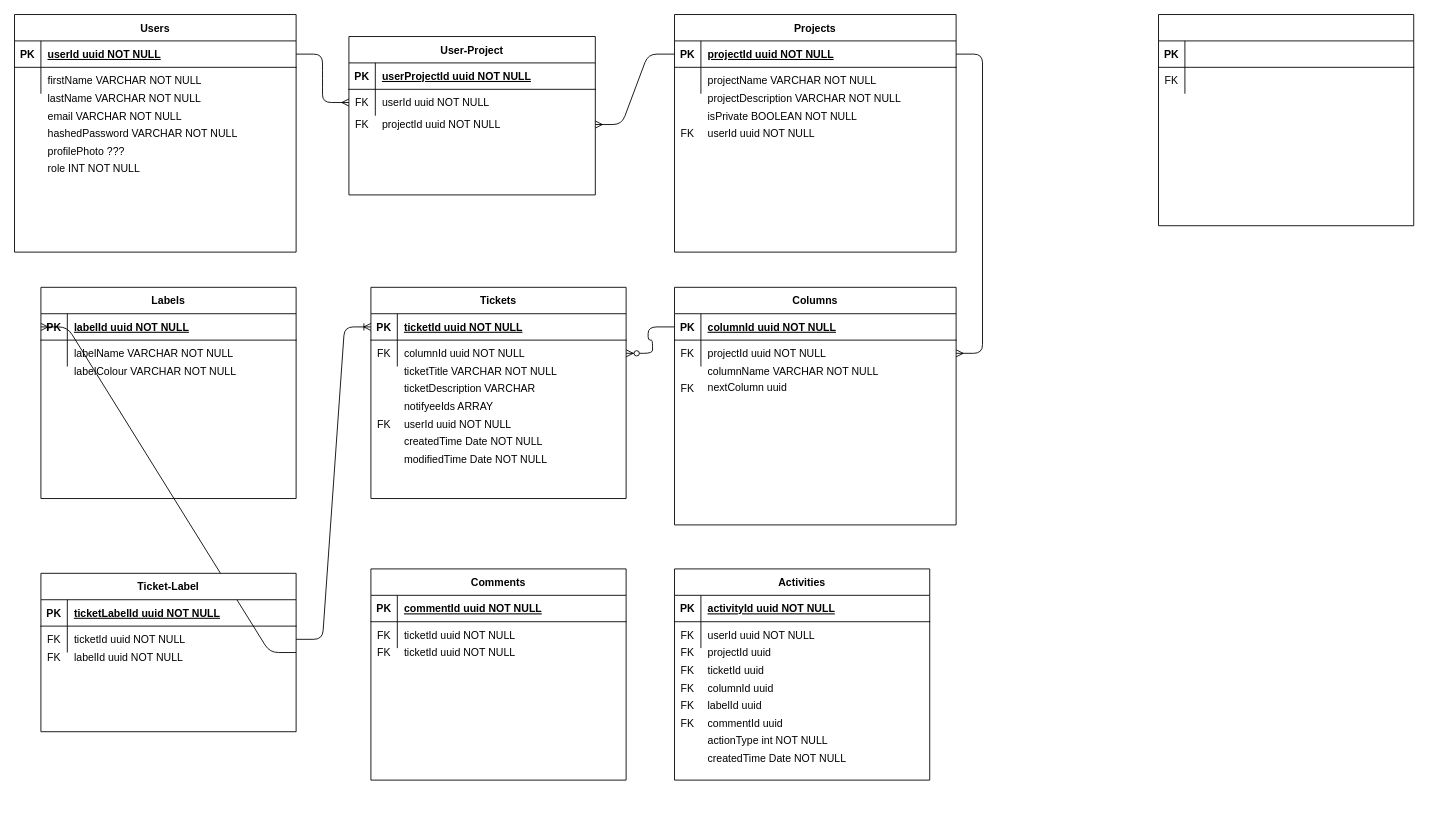
The draw.io diagram Untitled Diagram.drawio in choym0098/Jira2, before the edit. Source tidied: cells renumbered, new cells numbered last; positions are measured from the earlier drawing's top-left corner, leaving out a move shared by most shapes. Both pictures are drawn from the tidied source at 88%, with x=0, y=0 at pixel (14, 14).
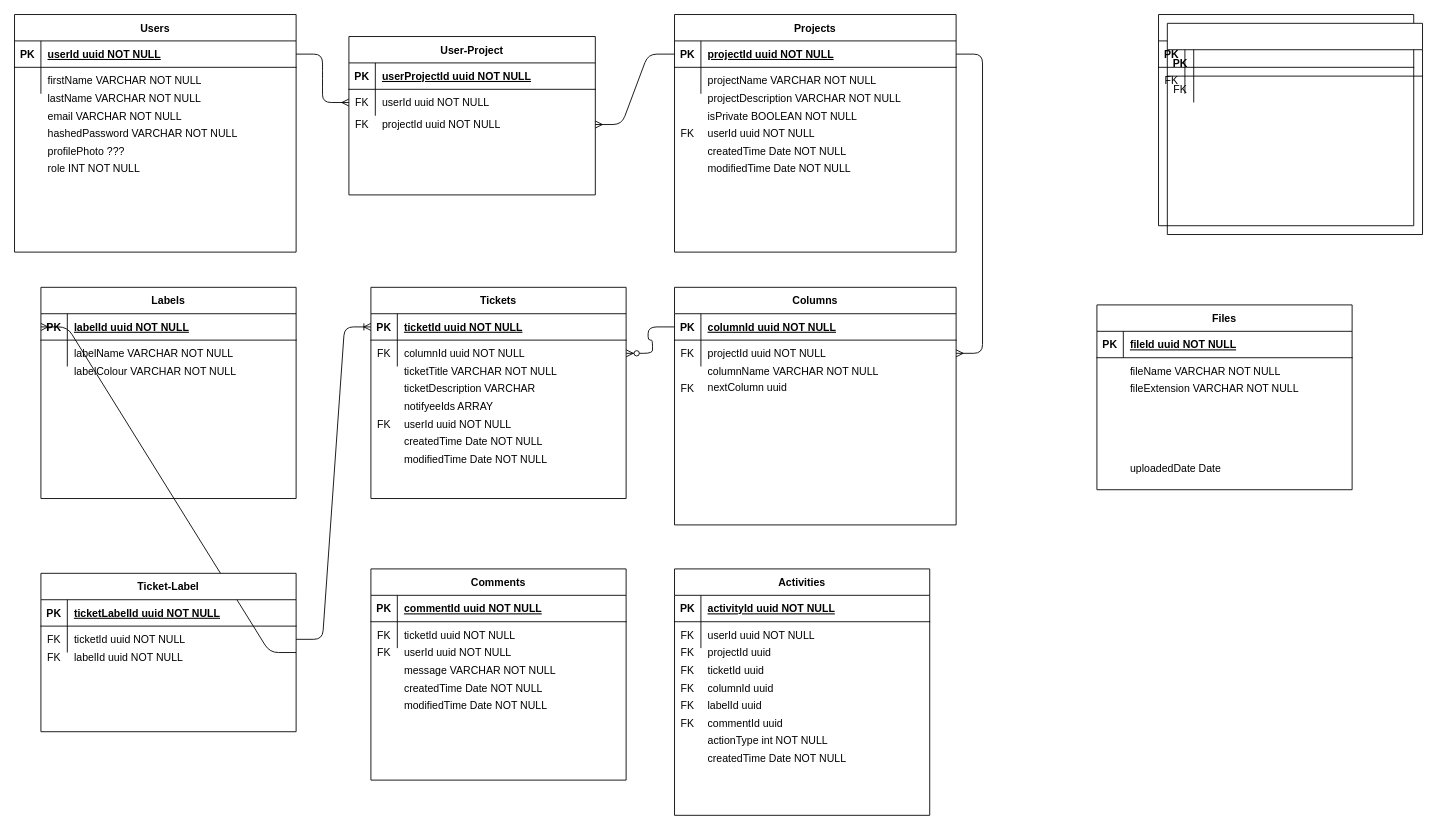
After the change.

Diff of the diagram source:
```diff
@@
     <mxCell id="100" value="Activities" style="shape=table;startSize=30;childLayout=tableLayout;rowLines=0;fontStyle=1;align=center;" parent="1" vertex="1">
-      <mxGeometry x="750" y="630" width="290" height="240" as="geometry" />
+      <mxGeometry x="750" y="630" width="290" height="280" as="geometry" />
     </mxCell>
@@
-    <mxCell id="124" value="ticketId uuid NOT NULL" style="shape=partialRectangle;overflow=hidden;fillColor=none;top=0;left=0;bottom=0;right=0;align=left;spacingLeft=6;" parent="1" vertex="1">
+    <mxCell id="124" value="userId uuid NOT NULL" style="shape=partialRectangle;overflow=hidden;fillColor=none;top=0;left=0;bottom=0;right=0;align=left;spacingLeft=6;" parent="1" vertex="1">
       <mxGeometry x="435" y="710" width="260" height="30" as="geometry" />
     </mxCell>
+    <mxCell id="125" value="message VARCHAR NOT NULL" style="shape=partialRectangle;overflow=hidden;fillColor=none;top=0;left=0;bottom=0;right=0;align=left;spacingLeft=6;" parent="1" vertex="1">
+      <mxGeometry x="435" y="730" width="260" height="30" as="geometry" />
+    </mxCell>
+    <mxCell id="126" value="createdTime Date NOT NULL" style="shape=partialRectangle;overflow=hidden;fillColor=none;top=0;left=0;bottom=0;right=0;align=left;spacingLeft=6;" parent="1" vertex="1">
+      <mxGeometry x="435" y="750" width="260" height="30" as="geometry" />
+    </mxCell>
+    <mxCell id="127" value="modifiedTime Date NOT NULL" style="shape=partialRectangle;overflow=hidden;fillColor=none;top=0;left=0;bottom=0;right=0;align=left;spacingLeft=6;" parent="1" vertex="1">
+      <mxGeometry x="435" y="770" width="260" height="30" as="geometry" />
+    </mxCell>
+    <mxCell id="128" style="shape=table;startSize=30;childLayout=tableLayout;rowLines=0;fontStyle=1;align=center;" parent="1" vertex="1">
+      <mxGeometry x="1310" y="10" width="290" height="240" as="geometry" />
+    </mxCell>
+    <mxCell id="129" style="shape=partialRectangle;fillColor=none;top=0;left=0;right=0;bottom=1;" parent="128" vertex="1">
+      <mxGeometry y="30" width="290" height="30" as="geometry" />
+    </mxCell>
+    <mxCell id="130" value="PK" style="shape=partialRectangle;overflow=hidden;fillColor=none;top=0;left=0;bottom=0;right=0;fontStyle=1;" parent="129" vertex="1">
+      <mxGeometry width="30" height="30" as="geometry" />
+    </mxCell>
+    <mxCell id="131" style="shape=partialRectangle;overflow=hidden;fillColor=none;top=0;left=0;bottom=0;right=0;align=left;spacingLeft=6;fontStyle=5;" parent="129" vertex="1">
+      <mxGeometry x="30" width="260" height="30" as="geometry" />
+    </mxCell>
+    <mxCell id="132" style="shape=partialRectangle;fillColor=none;top=0;left=0;right=0;bottom=0;" parent="128" vertex="1">
+      <mxGeometry y="60" width="290" height="30" as="geometry" />
+    </mxCell>
+    <mxCell id="133" value="FK" style="shape=partialRectangle;overflow=hidden;fillColor=none;top=0;left=0;bottom=0;right=0;" parent="132" vertex="1">
+      <mxGeometry width="30" height="30" as="geometry" />
+    </mxCell>
+    <mxCell id="134" style="shape=partialRectangle;overflow=hidden;fillColor=none;top=0;left=0;bottom=0;right=0;align=left;spacingLeft=6;" parent="132" vertex="1">
+      <mxGeometry x="30" width="260" height="30" as="geometry" />
+    </mxCell>
+    <mxCell id="135" value="Files" style="shape=table;startSize=30;childLayout=tableLayout;rowLines=0;fontStyle=1;align=center;" parent="1" vertex="1">
+      <mxGeometry x="1230" y="330" width="290" height="210" as="geometry" />
+    </mxCell>
+    <mxCell id="136" style="shape=partialRectangle;fillColor=none;top=0;left=0;right=0;bottom=1;" parent="135" vertex="1">
+      <mxGeometry y="30" width="290" height="30" as="geometry" />
+    </mxCell>
+    <mxCell id="137" value="PK" style="shape=partialRectangle;overflow=hidden;fillColor=none;top=0;left=0;bottom=0;right=0;fontStyle=1;" parent="136" vertex="1">
+      <mxGeometry width="30" height="30" as="geometry" />
+    </mxCell>
+    <mxCell id="138" value="fileId uuid NOT NULL" style="shape=partialRectangle;overflow=hidden;fillColor=none;top=0;left=0;bottom=0;right=0;align=left;spacingLeft=6;fontStyle=5;" parent="136" vertex="1">
+      <mxGeometry x="30" width="260" height="30" as="geometry" />
+    </mxCell>
+    <mxCell id="139" value="createdTime Date NOT NULL" style="shape=partialRectangle;overflow=hidden;fillColor=none;top=0;left=0;bottom=0;right=0;align=left;spacingLeft=6;" parent="1" vertex="1">
+      <mxGeometry x="780" y="140" width="260" height="30" as="geometry" />
+    </mxCell>
+    <mxCell id="140" value="modifiedTime Date NOT NULL" style="shape=partialRectangle;overflow=hidden;fillColor=none;top=0;left=0;bottom=0;right=0;align=left;spacingLeft=6;" parent="1" vertex="1">
+      <mxGeometry x="780" y="160" width="260" height="30" as="geometry" />
+    </mxCell>
+    <mxCell id="141" value="fileName VARCHAR NOT NULL" style="shape=partialRectangle;overflow=hidden;fillColor=none;top=0;left=0;bottom=0;right=0;align=left;spacingLeft=6;" parent="1" vertex="1">
+      <mxGeometry x="1260" y="390" width="260" height="30" as="geometry" />
+    </mxCell>
+    <mxCell id="142" value="uploadedDate Date" style="shape=partialRectangle;overflow=hidden;fillColor=none;top=0;left=0;bottom=0;right=0;align=left;spacingLeft=6;" parent="1" vertex="1">
+      <mxGeometry x="1260" y="500" width="260" height="30" as="geometry" />
+    </mxCell>
+    <mxCell id="143" value="fileExtension VARCHAR NOT NULL" style="shape=partialRectangle;overflow=hidden;fillColor=none;top=0;left=0;bottom=0;right=0;align=left;spacingLeft=6;" parent="1" vertex="1">
+      <mxGeometry x="1260" y="410" width="260" height="30" as="geometry" />
+    </mxCell>
```
